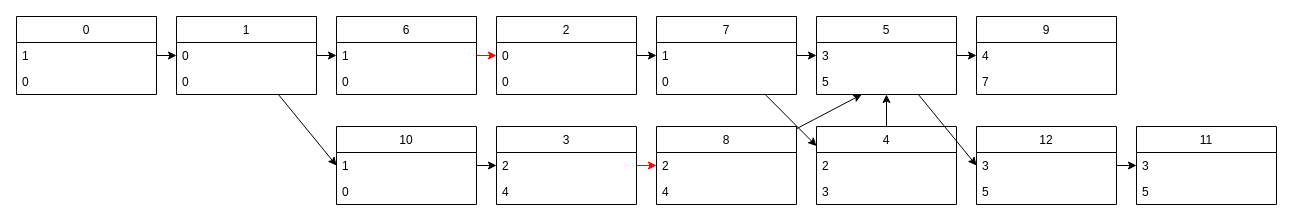
Earlier version of the draw.io diagram player_page/case.drawio (Joe-zhouman/HuaWeiAlgorithm). Source tidied: cells renumbered, new cells numbered last; positions are measured from the earlier drawing's top-left corner, leaving out a move shared by most shapes. Both pictures are drawn from the tidied source at 100%, with x=0, y=0 at pixel (16, 16).
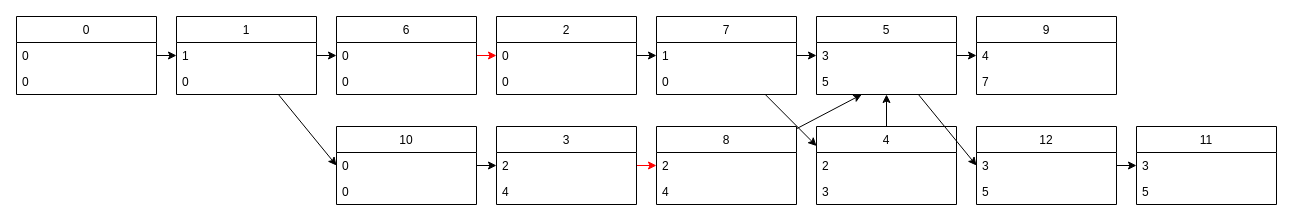
The same diagram, later.

The change refers to these unchanged cells:
```xml
<mxCell id="3" value="0" style="swimlane;fontStyle=0;horizontal=1;startSize=26;fillColor=none;" parent="1" vertex="1">
  <mxGeometry width="140" height="78" as="geometry" />
</mxCell>
<mxCell id="8" value="1" style="swimlane;fontStyle=0;horizontal=1;startSize=26;fillColor=none;" parent="1" vertex="1">
  <mxGeometry x="160" width="140" height="78" as="geometry" />
</mxCell>
<mxCell id="12" value="6" style="swimlane;fontStyle=0;horizontal=1;startSize=26;fillColor=none;" parent="1" vertex="1">
  <mxGeometry x="320" width="140" height="78" as="geometry" />
</mxCell>
<mxCell id="40" value="10" style="swimlane;fontStyle=0;horizontal=1;startSize=26;fillColor=none;" parent="1" vertex="1">
  <mxGeometry x="320" y="110" width="140" height="78" as="geometry" />
</mxCell>
```

The edit, as a diff of the source:
```diff
@@
-    <mxCell id="4" value="1" style="text;strokeColor=none;fillColor=none;align=left;verticalAlign=top;spacingLeft=4;spacingRight=4;overflow=hidden;" parent="3" vertex="1">
+    <mxCell id="4" value="0" style="text;strokeColor=none;fillColor=none;align=left;verticalAlign=top;spacingLeft=4;spacingRight=4;overflow=hidden;" parent="3" vertex="1">
       <mxGeometry y="26" width="140" height="26" as="geometry" />
     </mxCell>
@@
-    <mxCell id="9" value="0" style="text;strokeColor=none;fillColor=none;align=left;verticalAlign=top;spacingLeft=4;spacingRight=4;overflow=hidden;points=[[0,0.5],[1,0.5]];portConstraint=eastwest;" parent="8" vertex="1">
+    <mxCell id="9" value="1" style="text;strokeColor=none;fillColor=none;align=left;verticalAlign=top;spacingLeft=4;spacingRight=4;overflow=hidden;points=[[0,0.5],[1,0.5]];portConstraint=eastwest;" parent="8" vertex="1">
       <mxGeometry y="26" width="140" height="26" as="geometry" />
     </mxCell>
@@
-    <mxCell id="13" value="1" style="text;strokeColor=none;fillColor=none;align=left;verticalAlign=top;spacingLeft=4;spacingRight=4;overflow=hidden;points=[[0,0.5],[1,0.5]];portConstraint=eastwest;" parent="12" vertex="1">
+    <mxCell id="13" value="0" style="text;strokeColor=none;fillColor=none;align=left;verticalAlign=top;spacingLeft=4;spacingRight=4;overflow=hidden;points=[[0,0.5],[1,0.5]];portConstraint=eastwest;" parent="12" vertex="1">
       <mxGeometry y="26" width="140" height="26" as="geometry" />
     </mxCell>
@@
-    <mxCell id="41" value="1" style="text;strokeColor=none;fillColor=none;align=left;verticalAlign=top;spacingLeft=4;spacingRight=4;overflow=hidden;points=[[0,0.5],[1,0.5]];portConstraint=eastwest;" parent="40" vertex="1">
+    <mxCell id="41" value="0" style="text;strokeColor=none;fillColor=none;align=left;verticalAlign=top;spacingLeft=4;spacingRight=4;overflow=hidden;points=[[0,0.5],[1,0.5]];portConstraint=eastwest;" parent="40" vertex="1">
       <mxGeometry y="26" width="140" height="26" as="geometry" />
     </mxCell>
```
